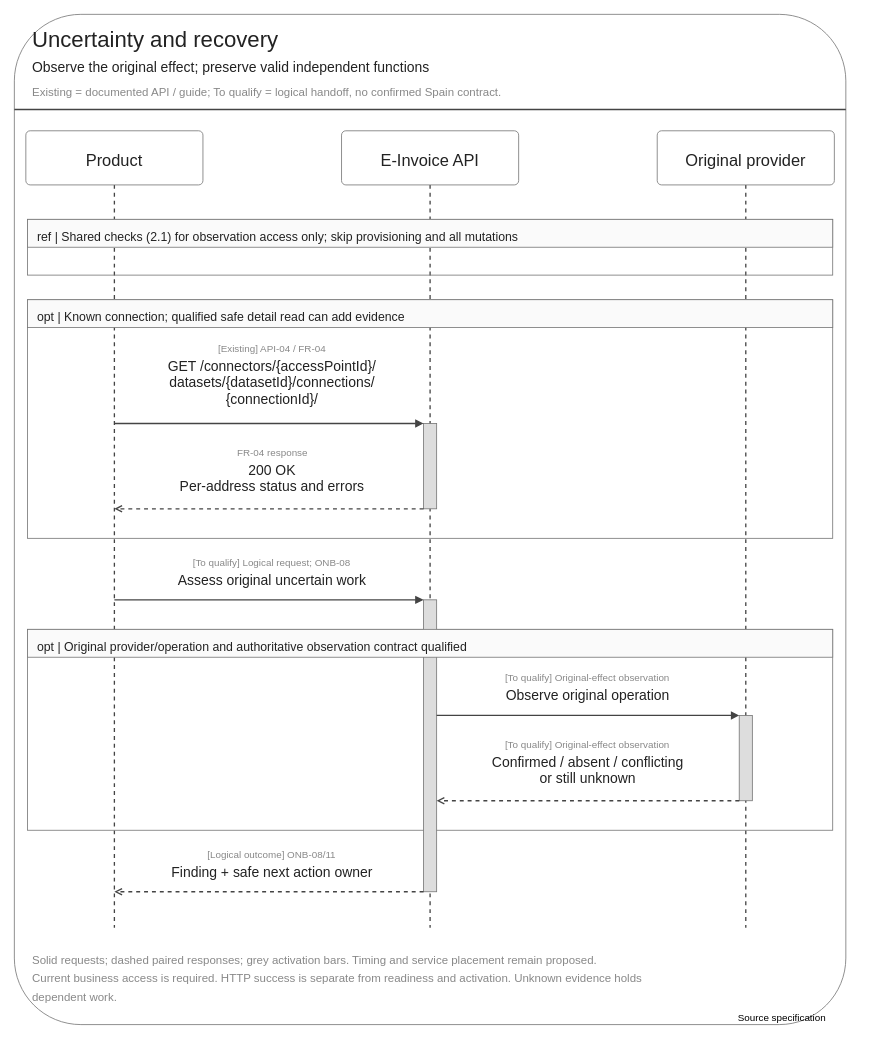
Earlier version of the draw.io diagram assets/diagrams/onboarding-reuse-uncertainty-recovery-sequence.drawio (jiaxinhe0709/pm_second_brain). Source tidied: cells renumbered, new cells numbered last; positions are measured from the earlier drawing's top-left corner, leaving out a move shared by most shapes. Both pictures are drawn from the tidied source at 82%, with x=0, y=0 at pixel (14, 14).
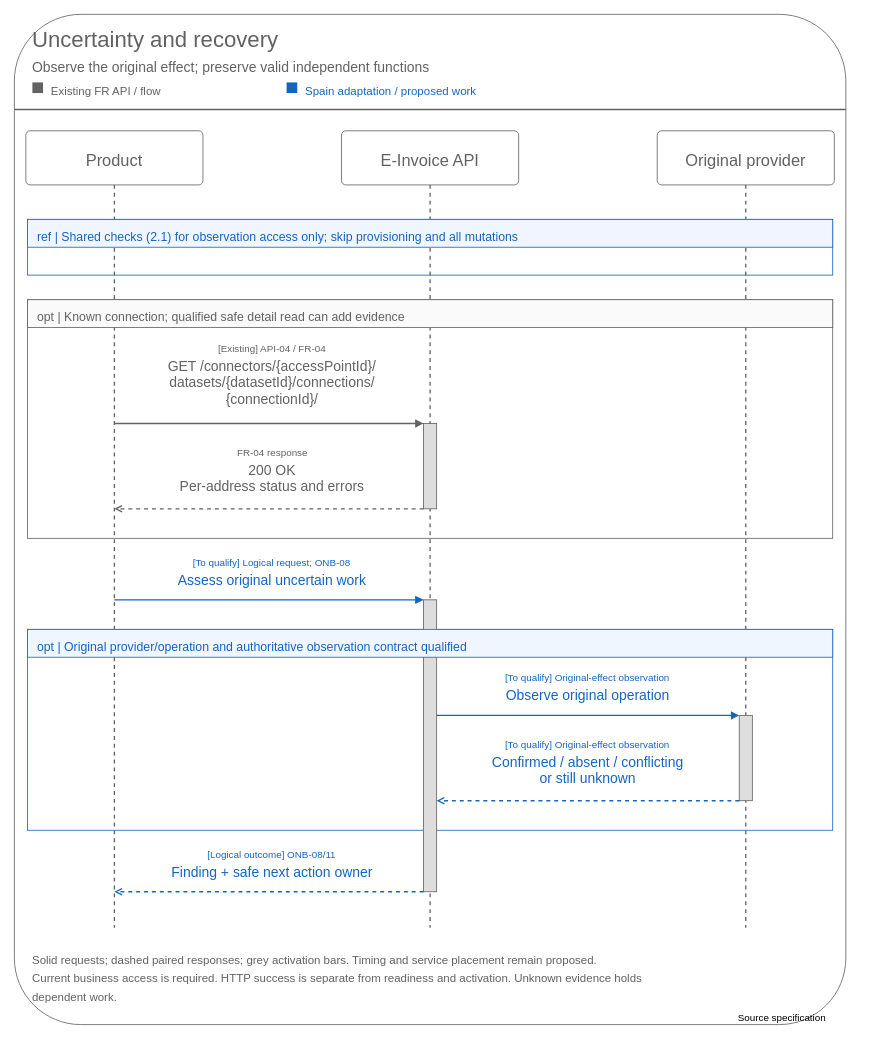
After the change.

The edit, as a diff of the source:
```diff
@@
-    <mxCell id="2" style="rounded=1;arcSize=8;fillColor=white;strokeColor=#777777;" parent="1" vertex="1">
+    <mxCell id="2" style="rounded=1;arcSize=8;fillColor=white;strokeColor=#626262;" parent="1" vertex="1">
       <mxGeometry width="1014" height="1232" as="geometry" />
     </mxCell>
-    <mxCell id="3" value="Uncertainty and recovery" style="text;html=0;whiteSpace=wrap;spacing=0;verticalAlign=top;align=left;fontSize=27;fontColor=#222222;" parent="1" vertex="1">
+    <mxCell id="3" value="Uncertainty and recovery" style="text;html=0;whiteSpace=wrap;spacing=0;verticalAlign=top;align=left;fontSize=27;fontColor=#626262;" parent="1" vertex="1">
       <mxGeometry x="22" y="10" width="420.2" height="26" as="geometry" />
     </mxCell>
-    <mxCell id="4" value="Observe the original effect; preserve valid independent functions" style="text;html=0;whiteSpace=wrap;spacing=0;verticalAlign=top;align=left;fontSize=17;fontColor=#222222;" parent="1" vertex="1">
+    <mxCell id="4" value="Observe the original effect; preserve valid independent functions" style="text;html=0;whiteSpace=wrap;spacing=0;verticalAlign=top;align=left;fontSize=17;fontColor=#626262;" parent="1" vertex="1">
       <mxGeometry x="22" y="51" width="708.1" height="26" as="geometry" />
     </mxCell>
-    <mxCell id="5" value="Existing = documented API / guide; To qualify = logical handoff, no confirmed Spain contract." style="text;html=0;whiteSpace=wrap;spacing=0;verticalAlign=top;align=left;fontSize=14;fontColor=#888888;" parent="1" vertex="1">
-      <mxGeometry x="22" y="82" width="832.3" height="26" as="geometry" />
-    </mxCell>
-    <mxCell id="6" style="edgeStyle=none;strokeColor=#444444;strokeWidth=1.6;endArrow=none;" parent="1" edge="1">
+    <mxCell id="6" style="edgeStyle=none;strokeColor=#626262;strokeWidth=1.6;endArrow=none;" parent="1" edge="1">
       <mxGeometry relative="1" as="geometry">
         <mxPoint y="116" as="sourcePoint" />
         <mxPoint x="1014" y="116" as="targetPoint" />
       </mxGeometry>
     </mxCell>
-    <mxCell id="7" style="edgeStyle=none;strokeColor=#444444;strokeWidth=1.6;dashed=1;endArrow=none;" parent="1" edge="1">
+    <mxCell id="7" style="edgeStyle=none;strokeColor=#626262;strokeWidth=1.6;dashed=1;endArrow=none;" parent="1" edge="1">
       <mxGeometry relative="1" as="geometry">
         <mxPoint x="122" y="208" as="sourcePoint" />
         <mxPoint x="122" y="1114" as="targetPoint" />
       </mxGeometry>
     </mxCell>
-    <mxCell id="8" style="rounded=1;arcSize=8;fillColor=white;strokeColor=#777777;" parent="1" vertex="1">
+    <mxCell id="8" style="rounded=1;arcSize=8;fillColor=white;strokeColor=#626262;" parent="1" vertex="1">
       <mxGeometry x="14" y="142" width="216" height="66" as="geometry" />
     </mxCell>
-    <mxCell id="9" value="Product" style="text;html=0;whiteSpace=wrap;spacing=0;verticalAlign=top;align=center;fontSize=20;fontColor=#222222;" parent="1" vertex="1">
+    <mxCell id="9" value="Product" style="text;html=0;whiteSpace=wrap;spacing=0;verticalAlign=top;align=center;fontSize=20;fontColor=#626262;" parent="1" vertex="1">
       <mxGeometry x="71.9" y="162" width="100.2" height="26" as="geometry" />
     </mxCell>
-    <mxCell id="10" style="edgeStyle=none;strokeColor=#444444;strokeWidth=1.6;dashed=1;endArrow=none;" parent="1" edge="1">
+    <mxCell id="10" style="edgeStyle=none;strokeColor=#626262;strokeWidth=1.6;dashed=1;endArrow=none;" parent="1" edge="1">
       <mxGeometry relative="1" as="geometry">
         <mxPoint x="507" y="208" as="sourcePoint" />
         <mxPoint x="507" y="1114" as="targetPoint" />
       </mxGeometry>
     </mxCell>
-    <mxCell id="11" style="rounded=1;arcSize=8;fillColor=white;strokeColor=#777777;" parent="1" vertex="1">
+    <mxCell id="11" style="rounded=1;arcSize=8;fillColor=white;strokeColor=#626262;" parent="1" vertex="1">
       <mxGeometry x="399" y="142" width="216" height="66" as="geometry" />
     </mxCell>
-    <mxCell id="12" value="E-Invoice API" style="text;html=0;whiteSpace=wrap;spacing=0;verticalAlign=top;align=center;fontSize=20;fontColor=#222222;" parent="1" vertex="1">
+    <mxCell id="12" value="E-Invoice API" style="text;html=0;whiteSpace=wrap;spacing=0;verticalAlign=top;align=center;fontSize=20;fontColor=#626262;" parent="1" vertex="1">
       <mxGeometry x="419.1" y="162" width="175.8" height="26" as="geometry" />
     </mxCell>
-    <mxCell id="13" style="edgeStyle=none;strokeColor=#444444;strokeWidth=1.6;dashed=1;endArrow=none;" parent="1" edge="1">
+    <mxCell id="13" style="edgeStyle=none;strokeColor=#626262;strokeWidth=1.6;dashed=1;endArrow=none;" parent="1" edge="1">
       <mxGeometry relative="1" as="geometry">
         <mxPoint x="892" y="208" as="sourcePoint" />
         <mxPoint x="892" y="1114" as="targetPoint" />
       </mxGeometry>
     </mxCell>
-    <mxCell id="14" style="rounded=1;arcSize=8;fillColor=white;strokeColor=#777777;" parent="1" vertex="1">
+    <mxCell id="14" style="rounded=1;arcSize=8;fillColor=white;strokeColor=#626262;" parent="1" vertex="1">
       <mxGeometry x="784" y="142" width="216" height="66" as="geometry" />
     </mxCell>
-    <mxCell id="15" value="Original provider" style="text;html=0;whiteSpace=wrap;spacing=0;verticalAlign=top;align=center;fontSize=20;fontColor=#222222;" parent="1" vertex="1">
+    <mxCell id="15" value="Original provider" style="text;html=0;whiteSpace=wrap;spacing=0;verticalAlign=top;align=center;fontSize=20;fontColor=#626262;" parent="1" vertex="1">
       <mxGeometry x="778.9" y="162" width="226.2" height="26" as="geometry" />
     </mxCell>
-    <mxCell id="16" style="rounded=0;arcSize=8;fillColor=none;strokeColor=#777777;" parent="1" vertex="1">
+    <mxCell id="16" style="rounded=0;arcSize=8;fillColor=none;strokeColor=#1565C0;" parent="1" vertex="1">
       <mxGeometry x="16" y="250" width="982" height="68" as="geometry" />
     </mxCell>
-    <mxCell id="17" style="rounded=0;arcSize=8;fillColor=none;strokeColor=#777777;" parent="1" vertex="1">
+    <mxCell id="17" style="rounded=0;arcSize=8;fillColor=none;strokeColor=#626262;" parent="1" vertex="1">
       <mxGeometry x="16" y="348" width="982" height="291" as="geometry" />
     </mxCell>
-    <mxCell id="18" style="rounded=0;arcSize=8;fillColor=none;strokeColor=#777777;" parent="1" vertex="1">
+    <mxCell id="18" style="rounded=0;arcSize=8;fillColor=none;strokeColor=#1565C0;" parent="1" vertex="1">
       <mxGeometry x="16" y="750" width="982" height="245" as="geometry" />
     </mxCell>
-    <mxCell id="19" style="rounded=0;arcSize=8;fillColor=#dddddd;strokeColor=#777777;" parent="1" vertex="1">
+    <mxCell id="19" style="rounded=0;arcSize=8;fillColor=#dddddd;strokeColor=#626262;" parent="1" vertex="1">
       <mxGeometry x="499" y="499" width="16" height="104" as="geometry" />
     </mxCell>
-    <mxCell id="20" style="rounded=0;arcSize=8;fillColor=#dddddd;strokeColor=#777777;" parent="1" vertex="1">
+    <mxCell id="20" style="rounded=0;arcSize=8;fillColor=#dddddd;strokeColor=#626262;" parent="1" vertex="1">
       <mxGeometry x="884" y="855" width="16" height="104" as="geometry" />
     </mxCell>
-    <mxCell id="21" style="rounded=0;arcSize=8;fillColor=#dddddd;strokeColor=#777777;" parent="1" vertex="1">
+    <mxCell id="21" style="rounded=0;arcSize=8;fillColor=#dddddd;strokeColor=#626262;" parent="1" vertex="1">
       <mxGeometry x="499" y="714" width="16" height="356" as="geometry" />
     </mxCell>
-    <mxCell id="22" style="rounded=0;arcSize=8;fillColor=#fafafa;strokeColor=#777777;" parent="1" vertex="1">
+    <mxCell id="22" style="rounded=0;arcSize=8;fillColor=#EFF6FF;strokeColor=#1565C0;" parent="1" vertex="1">
       <mxGeometry x="16" y="250" width="982" height="34" as="geometry" />
     </mxCell>
-    <mxCell id="23" value="ref | Shared checks (2.1) for observation access only; skip provisioning and all mutations" style="text;html=0;whiteSpace=wrap;spacing=0;verticalAlign=top;align=left;fontSize=15;fontColor=#222222;" parent="1" vertex="1">
+    <mxCell id="23" value="ref | Shared checks (2.1) for observation access only; skip provisioning and all mutations" style="text;html=0;whiteSpace=wrap;spacing=0;verticalAlign=top;align=left;fontSize=15;fontColor=#1565C0;" parent="1" vertex="1">
       <mxGeometry x="28" y="258" width="862.5" height="26" as="geometry" />
     </mxCell>
-    <mxCell id="24" style="rounded=0;arcSize=8;fillColor=#fafafa;strokeColor=#777777;" parent="1" vertex="1">
+    <mxCell id="24" style="rounded=0;arcSize=8;fillColor=#FAFAFA;strokeColor=#626262;" parent="1" vertex="1">
       <mxGeometry x="16" y="348" width="982" height="34" as="geometry" />
     </mxCell>
-    <mxCell id="25" value="opt | Known connection; qualified safe detail read can add evidence" style="text;html=0;whiteSpace=wrap;spacing=0;verticalAlign=top;align=left;fontSize=15;fontColor=#222222;" parent="1" vertex="1">
+    <mxCell id="25" value="opt | Known connection; qualified safe detail read can add evidence" style="text;html=0;whiteSpace=wrap;spacing=0;verticalAlign=top;align=left;fontSize=15;fontColor=#626262;" parent="1" vertex="1">
       <mxGeometry x="28" y="356" width="645.1" height="26" as="geometry" />
     </mxCell>
-    <mxCell id="26" style="rounded=0;arcSize=8;fillColor=#fafafa;strokeColor=#777777;" parent="1" vertex="1">
+    <mxCell id="26" style="rounded=0;arcSize=8;fillColor=#EFF6FF;strokeColor=#1565C0;" parent="1" vertex="1">
       <mxGeometry x="16" y="750" width="982" height="34" as="geometry" />
     </mxCell>
-    <mxCell id="27" value="opt | Original provider/operation and authoritative observation contract qualified" style="text;html=0;whiteSpace=wrap;spacing=0;verticalAlign=top;align=left;fontSize=15;fontColor=#222222;" parent="1" vertex="1">
+    <mxCell id="27" value="opt | Original provider/operation and authoritative observation contract qualified" style="text;html=0;whiteSpace=wrap;spacing=0;verticalAlign=top;align=left;fontSize=15;fontColor=#1565C0;" parent="1" vertex="1">
       <mxGeometry x="28" y="758" width="786.9" height="26" as="geometry" />
     </mxCell>
@@
-    <mxCell id="29" value="[Existing] API-04 / FR-04" style="text;html=0;whiteSpace=wrap;spacing=0;verticalAlign=top;align=center;fontSize=12;fontColor=#888888;" parent="1" vertex="1">
+    <mxCell id="29" value="[Existing] API-04 / FR-04" style="text;html=0;whiteSpace=wrap;spacing=0;verticalAlign=top;align=center;fontSize=12;fontColor=#626262;" parent="1" vertex="1">
       <mxGeometry x="214" y="396" width="201" height="26" as="geometry" />
     </mxCell>
-    <mxCell id="30" value="GET /connectors/{accessPointId}/&#10;datasets/{datasetId}/connections/&#10;{connectionId}/" style="text;html=0;whiteSpace=wrap;spacing=0;verticalAlign=top;align=center;fontSize=17;fontColor=#222222;" parent="1" vertex="1">
+    <mxCell id="30" value="GET /connectors/{accessPointId}/&#10;datasets/{datasetId}/connections/&#10;{connectionId}/" style="text;html=0;whiteSpace=wrap;spacing=0;verticalAlign=top;align=center;fontSize=17;fontColor=#626262;" parent="1" vertex="1">
       <mxGeometry x="131.8" y="415" width="365.4" height="72" as="geometry" />
     </mxCell>
-    <mxCell id="31" style="edgeStyle=none;strokeColor=#444444;strokeWidth=1.6;endArrow=block;" parent="1" edge="1">
+    <mxCell id="31" style="edgeStyle=none;strokeColor=#626262;strokeWidth=1.6;endArrow=block;" parent="1" edge="1">
       <mxGeometry relative="1" as="geometry">
         <mxPoint x="122" y="499" as="sourcePoint" />
         <mxPoint x="499" y="499" as="targetPoint" />
       </mxGeometry>
     </mxCell>
@@
-    <mxCell id="33" value="FR-04 response" style="text;html=0;whiteSpace=wrap;spacing=0;verticalAlign=top;align=center;fontSize=12;fontColor=#888888;" parent="1" vertex="1">
+    <mxCell id="33" value="FR-04 response" style="text;html=0;whiteSpace=wrap;spacing=0;verticalAlign=top;align=center;fontSize=12;fontColor=#626262;" parent="1" vertex="1">
       <mxGeometry x="255.6" y="523" width="117.8" height="26" as="geometry" />
     </mxCell>
-    <mxCell id="34" value="200 OK&#10;Per-address status and errors" style="text;html=0;whiteSpace=wrap;spacing=0;verticalAlign=top;align=center;fontSize=17;fontColor=#222222;" parent="1" vertex="1">
+    <mxCell id="34" value="200 OK&#10;Per-address status and errors" style="text;html=0;whiteSpace=wrap;spacing=0;verticalAlign=top;align=center;fontSize=17;fontColor=#626262;" parent="1" vertex="1">
       <mxGeometry x="153.2" y="542" width="322.6" height="49" as="geometry" />
     </mxCell>
-    <mxCell id="35" style="edgeStyle=none;strokeColor=#444444;strokeWidth=1.6;dashed=1;endArrow=open;endFill=0;" parent="1" edge="1">
+    <mxCell id="35" style="edgeStyle=none;strokeColor=#626262;strokeWidth=1.6;dashed=1;endArrow=open;endFill=0;" parent="1" edge="1">
       <mxGeometry relative="1" as="geometry">
         <mxPoint x="499" y="603" as="sourcePoint" />
         <mxPoint x="122" y="603" as="targetPoint" />
       </mxGeometry>
     </mxCell>
@@
-    <mxCell id="37" value="[To qualify] Logical request; ONB-08" style="text;html=0;whiteSpace=wrap;spacing=0;verticalAlign=top;align=center;fontSize=12;fontColor=#888888;" parent="1" vertex="1">
+    <mxCell id="37" value="[To qualify] Logical request; ONB-08" style="text;html=0;whiteSpace=wrap;spacing=0;verticalAlign=top;align=center;fontSize=12;fontColor=#1565C0;" parent="1" vertex="1">
       <mxGeometry x="172.4" y="657" width="284.2" height="26" as="geometry" />
     </mxCell>
-    <mxCell id="38" value="Assess original uncertain work" style="text;html=0;whiteSpace=wrap;spacing=0;verticalAlign=top;align=center;fontSize=17;fontColor=#222222;" parent="1" vertex="1">
+    <mxCell id="38" value="Assess original uncertain work" style="text;html=0;whiteSpace=wrap;spacing=0;verticalAlign=top;align=center;fontSize=17;fontColor=#1565C0;" parent="1" vertex="1">
       <mxGeometry x="147.8" y="676" width="333.3" height="26" as="geometry" />
     </mxCell>
-    <mxCell id="39" style="edgeStyle=none;strokeColor=#444444;strokeWidth=1.6;endArrow=block;" parent="1" edge="1">
+    <mxCell id="39" style="edgeStyle=none;strokeColor=#1565C0;strokeWidth=1.6;endArrow=block;" parent="1" edge="1">
       <mxGeometry relative="1" as="geometry">
         <mxPoint x="122" y="714" as="sourcePoint" />
         <mxPoint x="499" y="714" as="targetPoint" />
       </mxGeometry>
     </mxCell>
@@
-    <mxCell id="41" value="[To qualify] Original-effect observation" style="text;html=0;whiteSpace=wrap;spacing=0;verticalAlign=top;align=center;fontSize=12;fontColor=#888888;" parent="1" vertex="1">
+    <mxCell id="41" value="[To qualify] Original-effect observation" style="text;html=0;whiteSpace=wrap;spacing=0;verticalAlign=top;align=center;fontSize=12;fontColor=#1565C0;" parent="1" vertex="1">
       <mxGeometry x="542.3" y="798" width="314.4" height="26" as="geometry" />
     </mxCell>
-    <mxCell id="42" value="Observe original operation" style="text;html=0;whiteSpace=wrap;spacing=0;verticalAlign=top;align=center;fontSize=17;fontColor=#222222;" parent="1" vertex="1">
+    <mxCell id="42" value="Observe original operation" style="text;html=0;whiteSpace=wrap;spacing=0;verticalAlign=top;align=center;fontSize=17;fontColor=#1565C0;" parent="1" vertex="1">
       <mxGeometry x="554.3" y="817" width="290.5" height="26" as="geometry" />
     </mxCell>
-    <mxCell id="43" style="edgeStyle=none;strokeColor=#444444;strokeWidth=1.6;endArrow=block;" parent="1" edge="1">
+    <mxCell id="43" style="edgeStyle=none;strokeColor=#1565C0;strokeWidth=1.6;endArrow=block;" parent="1" edge="1">
       <mxGeometry relative="1" as="geometry">
         <mxPoint x="515" y="855" as="sourcePoint" />
         <mxPoint x="884" y="855" as="targetPoint" />
       </mxGeometry>
     </mxCell>
@@
-    <mxCell id="45" value="[To qualify] Original-effect observation" style="text;html=0;whiteSpace=wrap;spacing=0;verticalAlign=top;align=center;fontSize=12;fontColor=#888888;" parent="1" vertex="1">
+    <mxCell id="45" value="[To qualify] Original-effect observation" style="text;html=0;whiteSpace=wrap;spacing=0;verticalAlign=top;align=center;fontSize=12;fontColor=#1565C0;" parent="1" vertex="1">
       <mxGeometry x="542.3" y="879" width="314.4" height="26" as="geometry" />
     </mxCell>
-    <mxCell id="46" value="Confirmed / absent / conflicting&#10;or still unknown" style="text;html=0;whiteSpace=wrap;spacing=0;verticalAlign=top;align=center;fontSize=17;fontColor=#222222;" parent="1" vertex="1">
+    <mxCell id="46" value="Confirmed / absent / conflicting&#10;or still unknown" style="text;html=0;whiteSpace=wrap;spacing=0;verticalAlign=top;align=center;fontSize=17;fontColor=#1565C0;" parent="1" vertex="1">
       <mxGeometry x="522.1" y="898" width="354.7" height="49" as="geometry" />
     </mxCell>
-    <mxCell id="47" style="edgeStyle=none;strokeColor=#444444;strokeWidth=1.6;dashed=1;endArrow=open;endFill=0;" parent="1" edge="1">
+    <mxCell id="47" style="edgeStyle=none;strokeColor=#1565C0;strokeWidth=1.6;dashed=1;endArrow=open;endFill=0;" parent="1" edge="1">
       <mxGeometry relative="1" as="geometry">
         <mxPoint x="884" y="959" as="sourcePoint" />
         <mxPoint x="515" y="959" as="targetPoint" />
       </mxGeometry>
     </mxCell>
@@
-    <mxCell id="49" value="[Logical outcome] ONB-08/11" style="text;html=0;whiteSpace=wrap;spacing=0;verticalAlign=top;align=center;fontSize=12;fontColor=#888888;" parent="1" vertex="1">
+    <mxCell id="49" value="[Logical outcome] ONB-08/11" style="text;html=0;whiteSpace=wrap;spacing=0;verticalAlign=top;align=center;fontSize=12;fontColor=#1565C0;" parent="1" vertex="1">
       <mxGeometry x="206.4" y="1013" width="216.1" height="26" as="geometry" />
     </mxCell>
-    <mxCell id="50" value="Finding + safe next action owner" style="text;html=0;whiteSpace=wrap;spacing=0;verticalAlign=top;align=center;fontSize=17;fontColor=#222222;" parent="1" vertex="1">
+    <mxCell id="50" value="Finding + safe next action owner" style="text;html=0;whiteSpace=wrap;spacing=0;verticalAlign=top;align=center;fontSize=17;fontColor=#1565C0;" parent="1" vertex="1">
       <mxGeometry x="137.1" y="1032" width="354.7" height="26" as="geometry" />
     </mxCell>
-    <mxCell id="51" style="edgeStyle=none;strokeColor=#444444;strokeWidth=1.6;dashed=1;endArrow=open;endFill=0;" parent="1" edge="1">
+    <mxCell id="51" style="edgeStyle=none;strokeColor=#1565C0;strokeWidth=1.6;dashed=1;endArrow=open;endFill=0;" parent="1" edge="1">
       <mxGeometry relative="1" as="geometry">
         <mxPoint x="499" y="1070" as="sourcePoint" />
         <mxPoint x="122" y="1070" as="targetPoint" />
       </mxGeometry>
     </mxCell>
-    <mxCell id="52" value="Solid requests; dashed paired responses; grey activation bars. Timing and service placement remain proposed." style="text;html=0;whiteSpace=wrap;spacing=0;verticalAlign=top;align=left;fontSize=14;fontColor=#888888;" parent="1" vertex="1">
+    <mxCell id="52" value="Solid requests; dashed paired responses; grey activation bars. Timing and service placement remain proposed." style="text;html=0;whiteSpace=wrap;spacing=0;verticalAlign=top;align=left;fontSize=14;fontColor=#626262;" parent="1" vertex="1">
       <mxGeometry x="22" y="1140" width="964.6" height="26" as="geometry" />
     </mxCell>
-    <mxCell id="53" value="Current business access is required. HTTP success is separate from readiness and activation. Unknown evidence holds" style="text;html=0;whiteSpace=wrap;spacing=0;verticalAlign=top;align=left;fontSize=14;fontColor=#888888;" parent="1" vertex="1">
+    <mxCell id="53" value="Current business access is required. HTTP success is separate from readiness and activation. Unknown evidence holds" style="text;html=0;whiteSpace=wrap;spacing=0;verticalAlign=top;align=left;fontSize=14;fontColor=#626262;" parent="1" vertex="1">
       <mxGeometry x="22" y="1163" width="1026.3" height="26" as="geometry" />
     </mxCell>
-    <mxCell id="54" value="dependent work." style="text;html=0;whiteSpace=wrap;spacing=0;verticalAlign=top;align=left;fontSize=14;fontColor=#888888;" parent="1" vertex="1">
+    <mxCell id="54" value="dependent work." style="text;html=0;whiteSpace=wrap;spacing=0;verticalAlign=top;align=left;fontSize=14;fontColor=#626262;" parent="1" vertex="1">
       <mxGeometry x="22" y="1186" width="144.3" height="26" as="geometry" />
     </mxCell>
@@
+    <mxCell id="56" style="rounded=0;fillColor=#626262;strokeColor=none;" parent="1" vertex="1">
+      <mxGeometry x="22" y="83" width="13" height="13" as="geometry" />
+    </mxCell>
+    <mxCell id="57" value="Existing FR API / flow" style="text;html=0;whiteSpace=wrap;spacing=0;verticalAlign=top;align=left;fontSize=14;fontColor=#626262;" parent="1" vertex="1">
+      <mxGeometry x="45" y="81" width="260" height="24" as="geometry" />
+    </mxCell>
+    <mxCell id="58" style="rounded=0;fillColor=#1565C0;strokeColor=none;" parent="1" vertex="1">
+      <mxGeometry x="332" y="83" width="13" height="13" as="geometry" />
+    </mxCell>
+    <mxCell id="59" value="Spain adaptation / proposed work" style="text;html=0;whiteSpace=wrap;spacing=0;verticalAlign=top;align=left;fontSize=14;fontColor=#1565C0;" parent="1" vertex="1">
+      <mxGeometry x="355" y="81" width="440" height="24" as="geometry" />
+    </mxCell>
```
